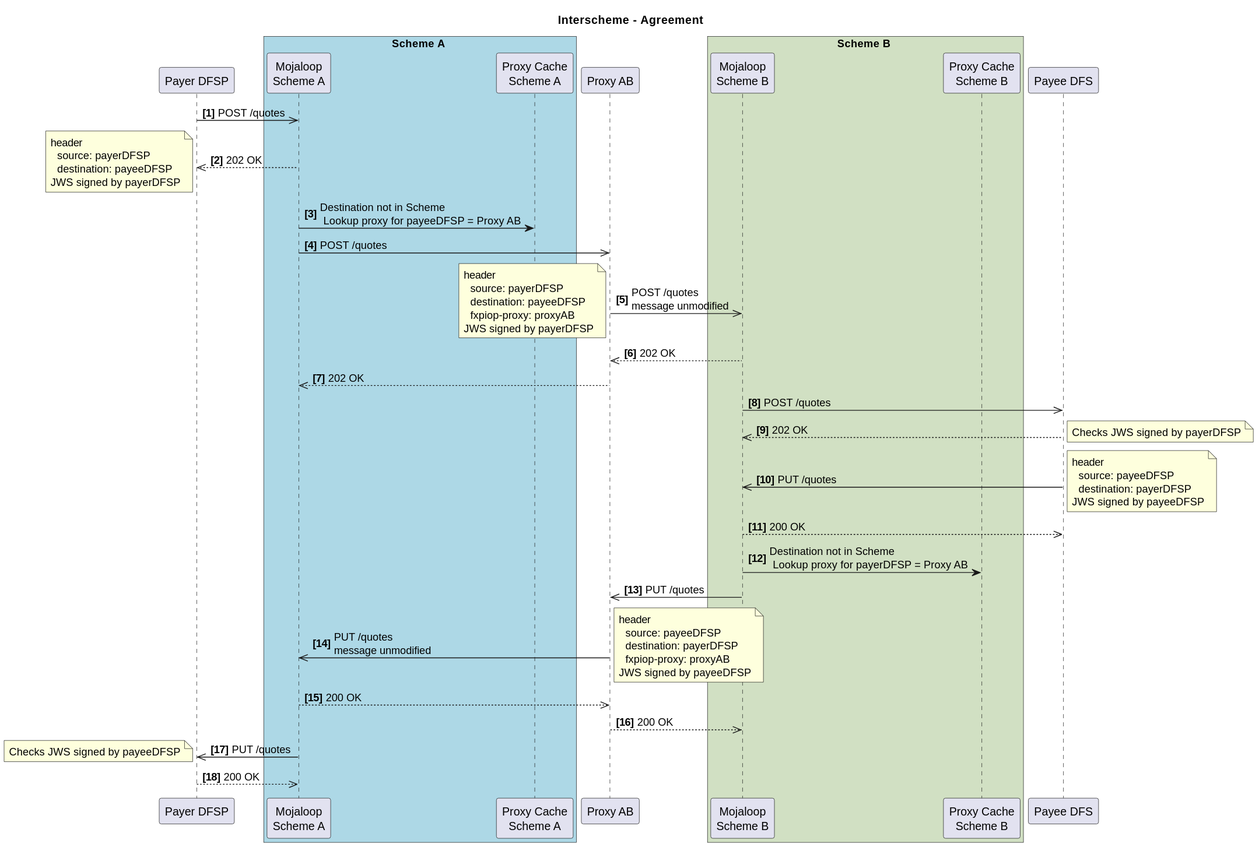
Earlier version of the PlantUML export docs/fr/product/features/Interscheme/Interscheme-Agreement.svg (mojaloop/documentation). Its source is kept beside it as docs/fr/product/features/Interscheme/Interscheme-Agreement.plantuml. Its diagram source:
```plantuml
@startuml Interscheme-Agreement

title Interscheme - Agreement


participant "Payer DFSP" as payerDFSP
box Scheme A #LightBlue
  participant "Mojaloop\nScheme A" as schemeA
  participant "Proxy Cache\nScheme A" as pc_A
end box
participant "Proxy AB" as xnp
box Scheme B #d1e0c3
  participant "Mojaloop\nScheme B" as schemeB
  participant "Proxy Cache\nScheme B" as pc_B
end box
participant "Payee DFS" as payeeDFSP

autonumber 1 "<b>[0]"

payerDFSP ->> schemeA: POST /quotes
schemeA -->> payerDFSP: 202 OK
note left
header
  source: payerDFSP
  destination: payeeDFSP
JWS signed by payerDFSP
end note
schemeA -> pc_A: Destination not in Scheme\n Lookup proxy for payeeDFSP = Proxy AB
schemeA ->> xnp: POST /quotes
xnp ->> schemeB: POST /quotes\nmessage unmodified
note left
header
  source: payerDFSP
  destination: payeeDFSP
  fxpiop-proxy: proxyAB
JWS signed by payerDFSP
end note
schemeB -->> xnp: 202 OK
xnp -->> schemeA: 202 OK
schemeB->>payeeDFSP: POST /quotes
payeeDFSP-->>schemeB: 202 OK
note right
Checks JWS signed by payerDFSP
end note
payeeDFSP->>schemeB: PUT /quotes
note right
header
  source: payeeDFSP
  destination: payerDFSP
JWS signed by payeeDFSP
end note
schemeB-->>payeeDFSP: 200 OK
schemeB -> pc_B: Destination not in Scheme\n Lookup proxy for payerDFSP = Proxy AB
schemeB->>xnp: PUT /quotes
xnp->>schemeA: PUT /quotes\nmessage unmodified
note right
header
  source: payeeDFSP
  destination: payerDFSP
  fxpiop-proxy: proxyAB
JWS signed by payeeDFSP
end note
schemeA-->>xnp: 200 OK
xnp-->>schemeB: 200 OK
schemeA->>payerDFSP: PUT /quotes
note left
Checks JWS signed by payeeDFSP
end note
payerDFSP -->> schemeA: 200 OK


@enduml
```
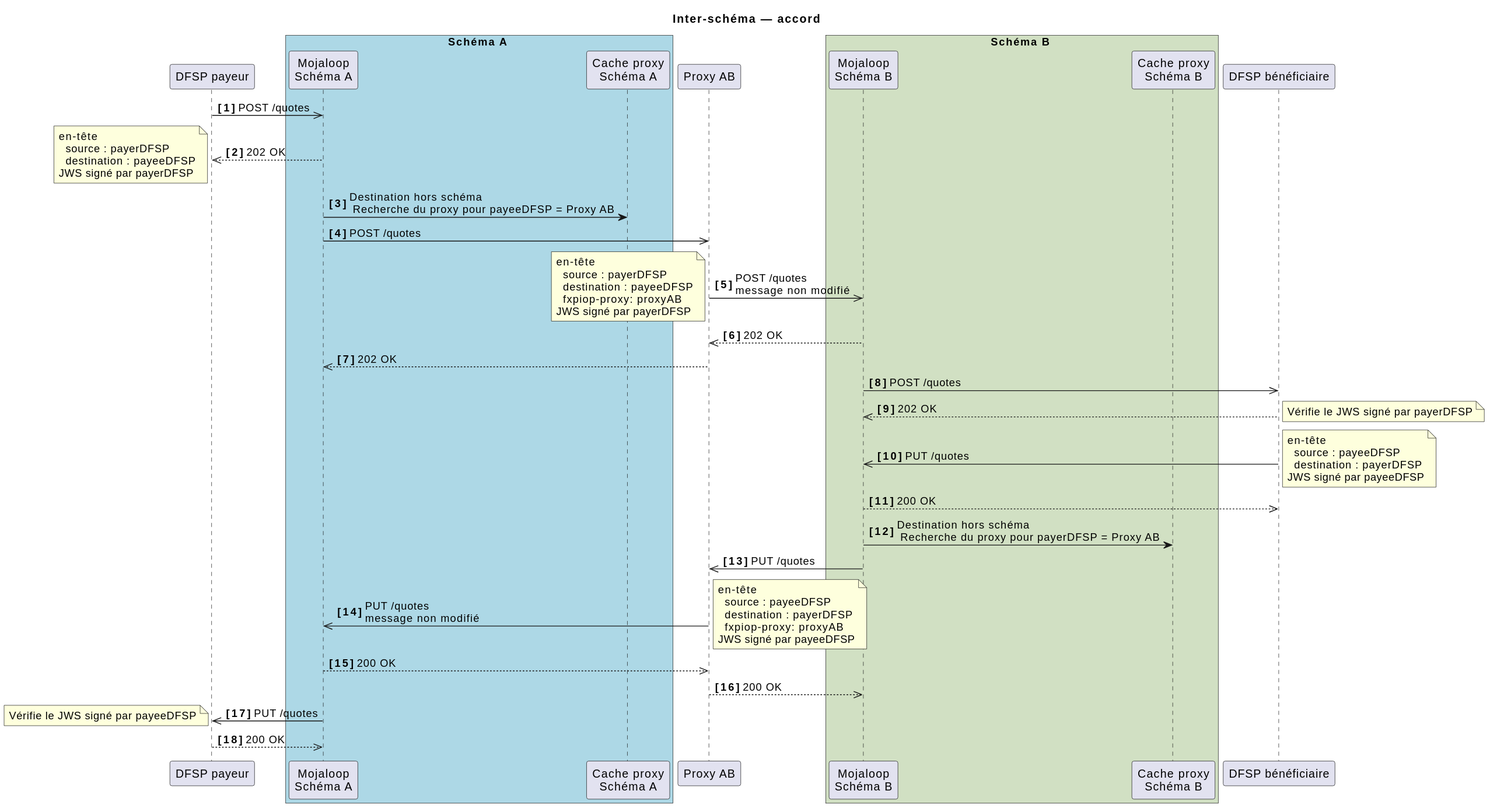
Later version of the same file.

The edit, as a diff of the source:
```diff
@@ -1,70 +1,70 @@
 @startuml Interscheme-Agreement
 
-title Interscheme - Agreement
+title Inter-schéma — accord
 
 
-participant "Payer DFSP" as payerDFSP
-box Scheme A #LightBlue
-  participant "Mojaloop\nScheme A" as schemeA
-  participant "Proxy Cache\nScheme A" as pc_A
+participant "DFSP payeur" as payerDFSP
+box Schéma A #LightBlue
+  participant "Mojaloop\nSchéma A" as schemeA
+  participant "Cache proxy\nSchéma A" as pc_A
 end box
 participant "Proxy AB" as xnp
-box Scheme B #d1e0c3
-  participant "Mojaloop\nScheme B" as schemeB
-  participant "Proxy Cache\nScheme B" as pc_B
+box Schéma B #d1e0c3
+  participant "Mojaloop\nSchéma B" as schemeB
+  participant "Cache proxy\nSchéma B" as pc_B
 end box
-participant "Payee DFS" as payeeDFSP
+participant "DFSP bénéficiaire" as payeeDFSP
 
 autonumber 1 "<b>[0]"
 
 payerDFSP ->> schemeA: POST /quotes
 schemeA -->> payerDFSP: 202 OK
 note left
-header
-  source: payerDFSP
-  destination: payeeDFSP
-JWS signed by payerDFSP
+en-tête
+  source : payerDFSP
+  destination : payeeDFSP
+JWS signé par payerDFSP
 end note
-schemeA -> pc_A: Destination not in Scheme\n Lookup proxy for payeeDFSP = Proxy AB
+schemeA -> pc_A: Destination hors schéma\n Recherche du proxy pour payeeDFSP = Proxy AB
 schemeA ->> xnp: POST /quotes
-xnp ->> schemeB: POST /quotes\nmessage unmodified
+xnp ->> schemeB: POST /quotes\nmessage non modifié
 note left
-header
-  source: payerDFSP
-  destination: payeeDFSP
+en-tête
+  source : payerDFSP
+  destination : payeeDFSP
   fxpiop-proxy: proxyAB
-JWS signed by payerDFSP
+JWS signé par payerDFSP
 end note
 schemeB -->> xnp: 202 OK
 xnp -->> schemeA: 202 OK
 schemeB->>payeeDFSP: POST /quotes
 payeeDFSP-->>schemeB: 202 OK
 note right
-Checks JWS signed by payerDFSP
+Vérifie le JWS signé par payerDFSP
 end note
 payeeDFSP->>schemeB: PUT /quotes
 note right
-header
-  source: payeeDFSP
-  destination: payerDFSP
-JWS signed by payeeDFSP
+en-tête
+  source : payeeDFSP
+  destination : payerDFSP
+JWS signé par payeeDFSP
 end note
 schemeB-->>payeeDFSP: 200 OK
-schemeB -> pc_B: Destination not in Scheme\n Lookup proxy for payerDFSP = Proxy AB
+schemeB -> pc_B: Destination hors schéma\n Recherche du proxy pour payerDFSP = Proxy AB
 schemeB->>xnp: PUT /quotes
-xnp->>schemeA: PUT /quotes\nmessage unmodified
+xnp->>schemeA: PUT /quotes\nmessage non modifié
 note right
-header
-  source: payeeDFSP
-  destination: payerDFSP
+en-tête
+  source : payeeDFSP
+  destination : payerDFSP
   fxpiop-proxy: proxyAB
-JWS signed by payeeDFSP
+JWS signé par payeeDFSP
 end note
 schemeA-->>xnp: 200 OK
 xnp-->>schemeB: 200 OK
 schemeA->>payerDFSP: PUT /quotes
 note left
-Checks JWS signed by payeeDFSP
+Vérifie le JWS signé par payeeDFSP
 end note
 payerDFSP -->> schemeA: 200 OK
 
```
